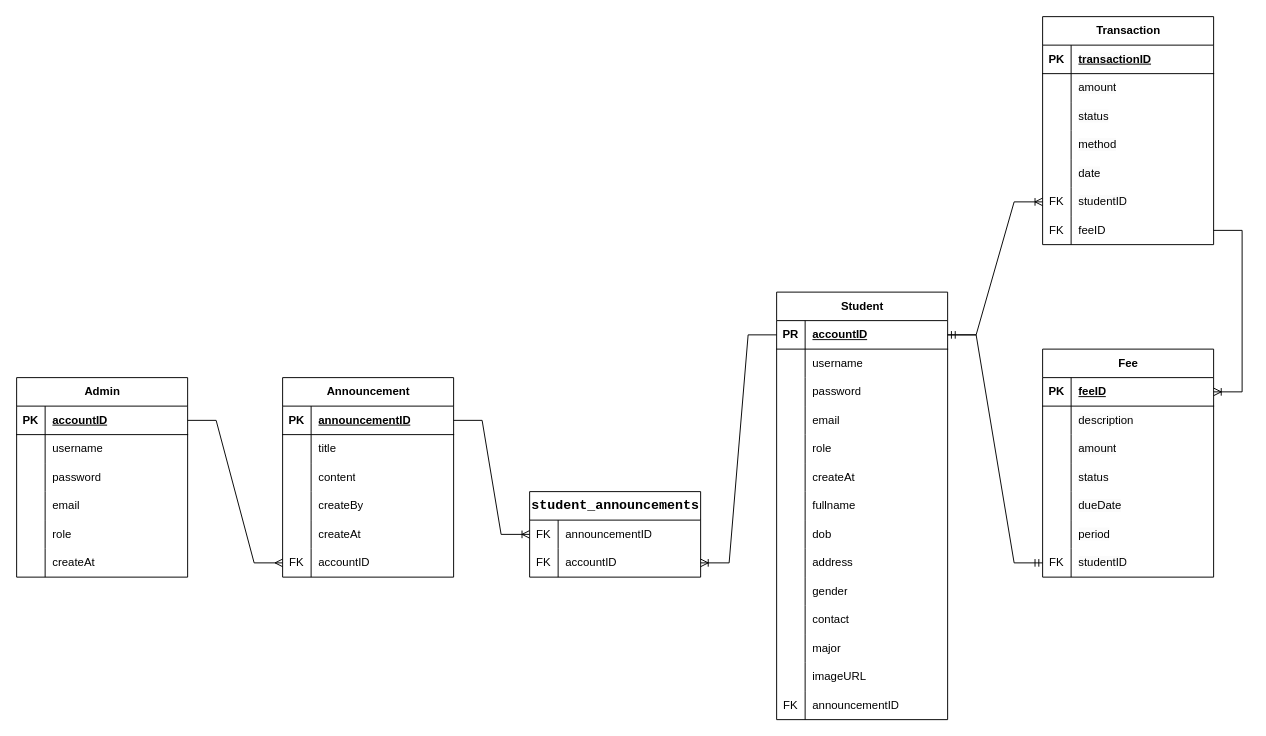
This is documents/draw.io/database design.drawio from zombieTDV/Student-Management-System, a draw.io file, before an edit. Source tidied: cells renumbered, new cells numbered last; positions are measured from the earlier drawing's top-left corner, leaving out a move shared by most shapes. Both pictures are drawn from the tidied source at 95%, with x=0, y=0 at pixel (16, 16).
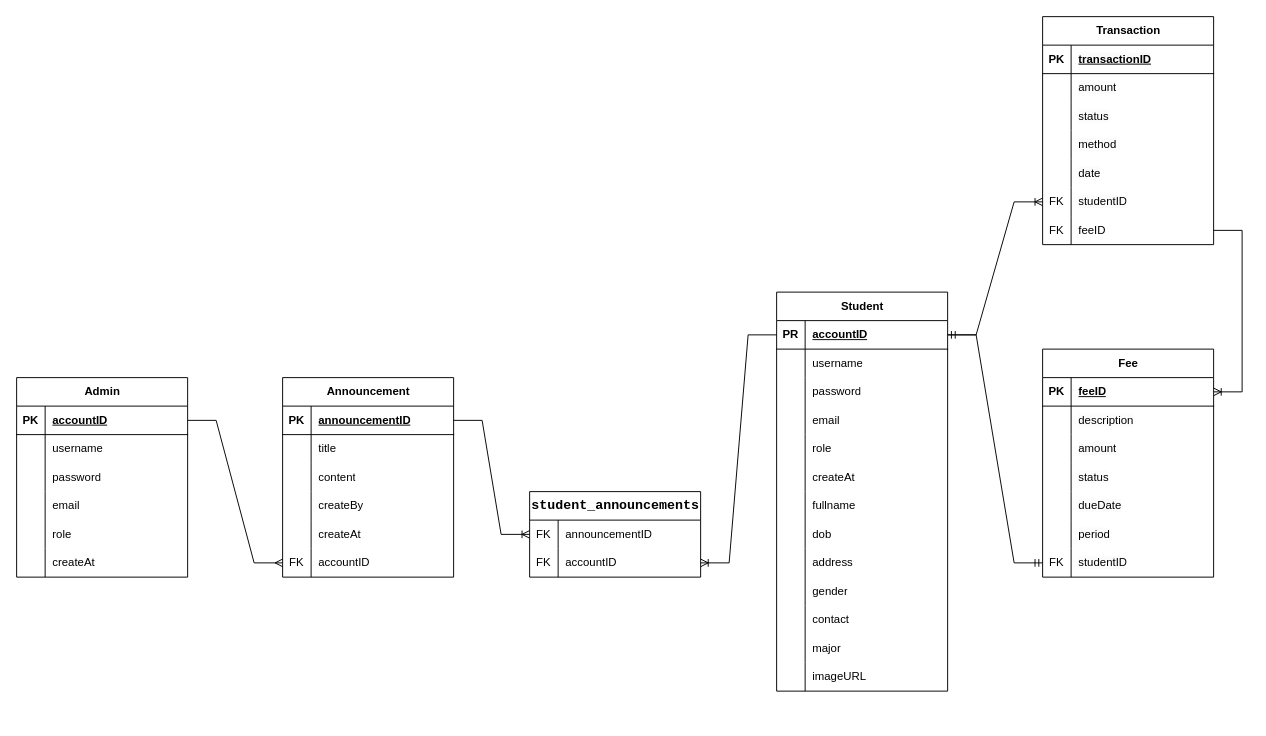
Above is the later version.

The edit, as a diff of the source:
```diff
@@
     <mxCell id="21" value="Student" style="shape=table;startSize=30;childLayout=tableLayout;rowLines=0;fontStyle=1;align=center;html=1;" parent="1" vertex="1">
-      <mxGeometry x="800" y="290" width="180" height="450" as="geometry" />
+      <mxGeometry x="800" y="290" width="180" height="420" as="geometry" />
     </mxCell>
@@
-    <mxCell id="61" style="shape=tableRow;horizontal=0;startSize=0;swimlaneHead=0;swimlaneBody=0;fillColor=none;top=0;left=0;right=0;bottom=0;" parent="21" vertex="1">
-      <mxGeometry y="420" width="180" height="30" as="geometry" />
-    </mxCell>
-    <mxCell id="62" value="FK" style="shape=partialRectangle;fillColor=none;top=0;left=0;bottom=0;right=0;overflow=hidden;whiteSpace=wrap;html=1;" parent="61" vertex="1">
-      <mxGeometry width="30" height="30" as="geometry" />
-    </mxCell>
-    <mxCell id="63" value="announcementID" style="shape=partialRectangle;fillColor=none;top=0;left=0;bottom=0;right=0;align=left;spacingLeft=6;overflow=hidden;whiteSpace=wrap;html=1;" parent="61" vertex="1">
-      <mxGeometry x="30" width="150" height="30" as="geometry" />
-    </mxCell>
```
